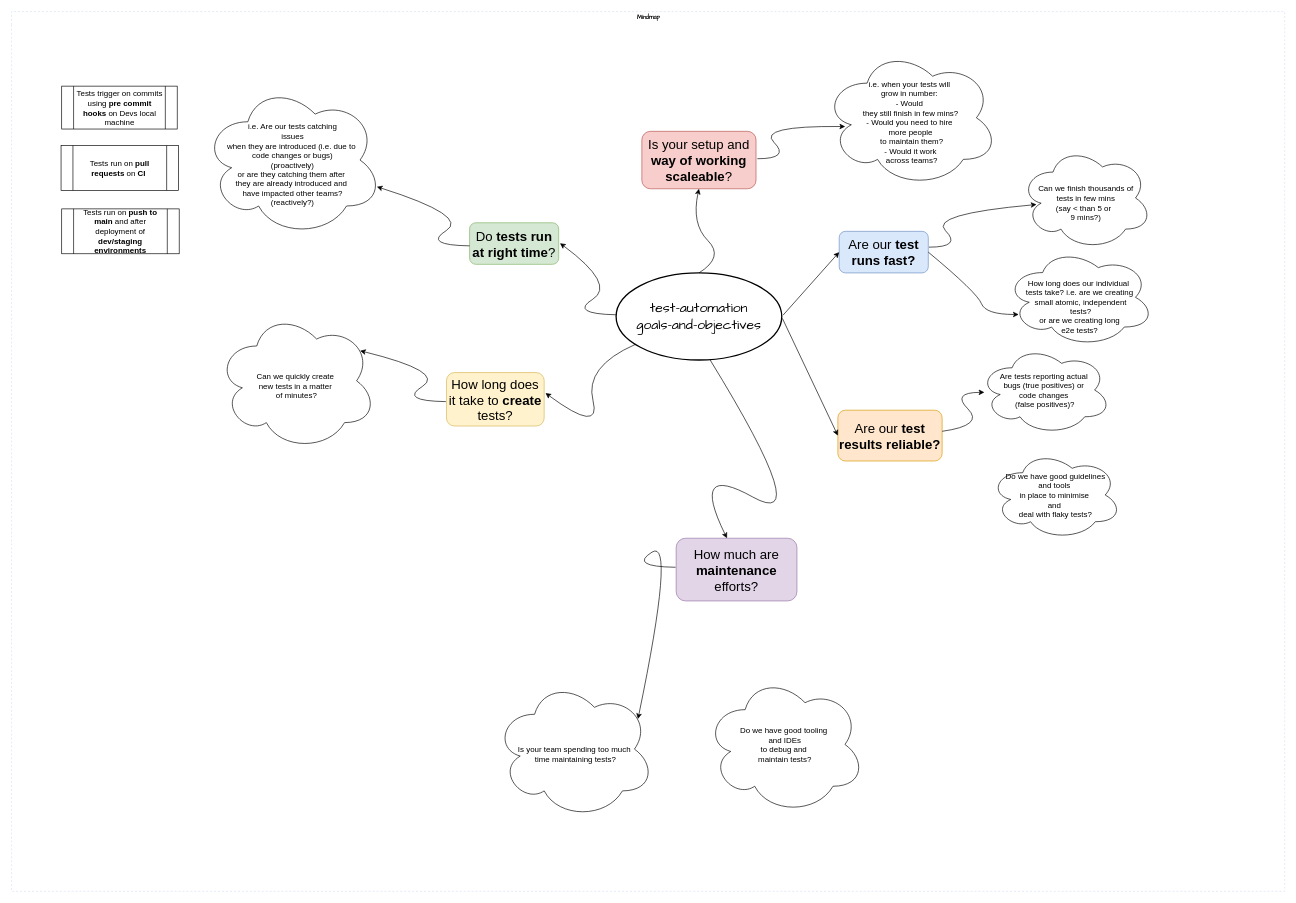
Above: goals/test-automation-goals-and-objectives.drawio in PramodKumarYadav/test-art (draw.io), before the change. Source tidied: cells renumbered, new cells numbered last; positions are measured from the earlier drawing's top-left corner, leaving out a move shared by most shapes. Both pictures are drawn from the tidied source at 66%, with x=0, y=0 at pixel (11, 11).
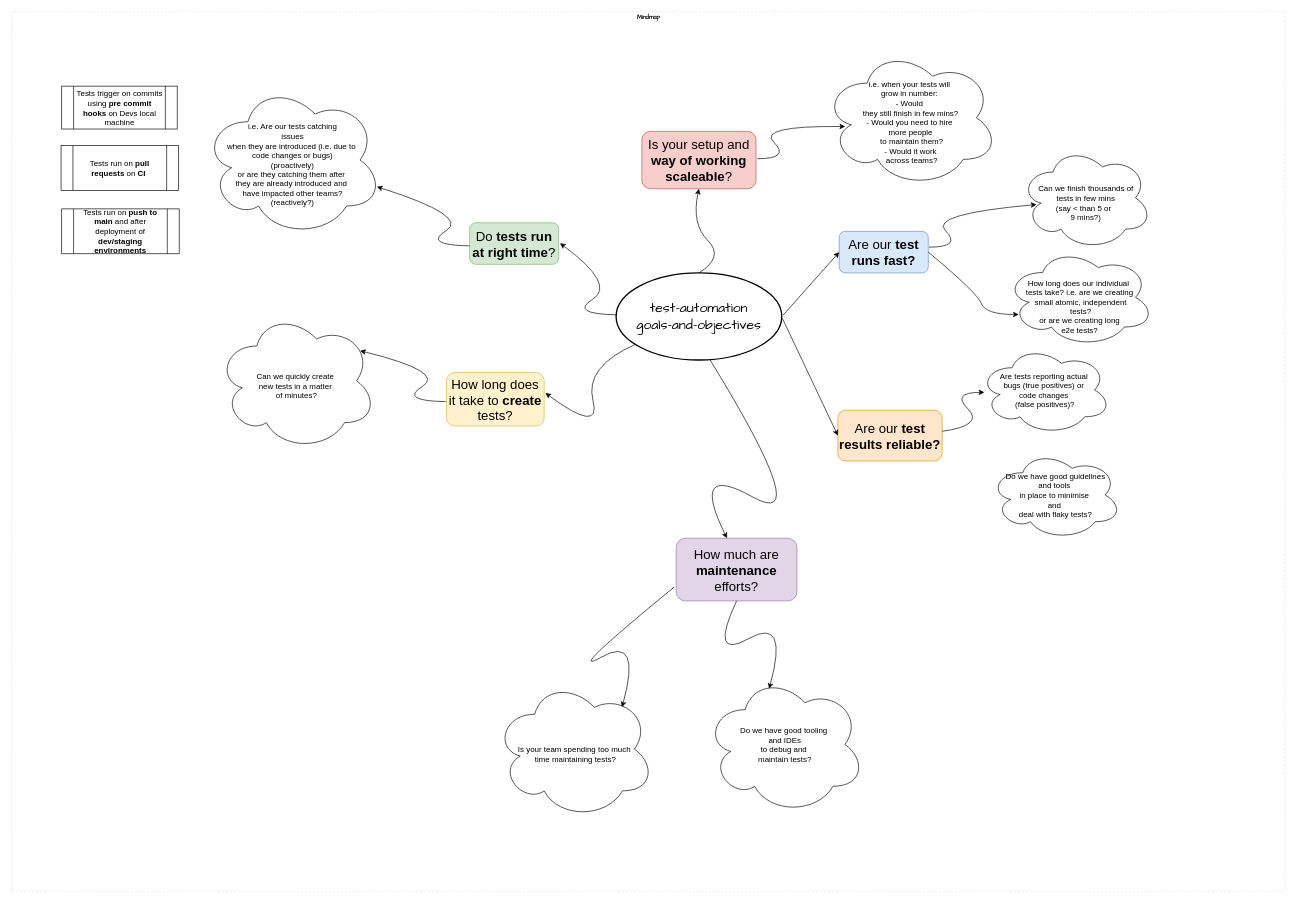
Above is the later version.

The change refers to these unchanged cells:
```xml
<mxCell id="2" value="Mindmap" style="swimlane;html=1;startSize=20;horizontal=1;containerType=tree;labelBackgroundColor=none;strokeColor=#D4E1F5;strokeWidth=1;fillColor=none;fontFamily=Comic Sans MS;fontSize=9;swimlaneLine=0;dashed=1;" parent="1" vertex="1">
  <mxGeometry width="1929" height="1333" as="geometry" />
</mxCell>
<mxCell id="25" value="&lt;font style=&quot;font-size: 20px;&quot;&gt;How much are &lt;b&gt;maintenance&lt;/b&gt; efforts?&lt;/font&gt;" style="rounded=1;whiteSpace=wrap;html=1;fillColor=#e1d5e7;strokeColor=#9673a6;" parent="2" vertex="1">
  <mxGeometry x="1007" y="798" width="183" height="95" as="geometry" />
</mxCell>
<mxCell id="27" value="&lt;div&gt;&lt;br&gt;&lt;/div&gt;&lt;div&gt;Is your team spending too much&lt;/div&gt;&lt;div&gt;&amp;nbsp;time maintaining tests?&lt;/div&gt;" style="ellipse;shape=cloud;whiteSpace=wrap;html=1;" parent="2" vertex="1">
  <mxGeometry x="732" y="1012" width="242" height="211" as="geometry" />
</mxCell>
<mxCell id="33" value="&lt;div&gt;Do we have good tooling&amp;nbsp;&lt;/div&gt;&lt;div&gt;and IDEs&lt;/div&gt;&lt;div&gt;to debug and&amp;nbsp;&lt;/div&gt;&lt;div&gt;maintain tests?&lt;/div&gt;" style="ellipse;shape=cloud;whiteSpace=wrap;html=1;" parent="2" vertex="1">
  <mxGeometry x="1051" y="1005" width="242" height="211" as="geometry" />
</mxCell>
```

The edit, as a diff of the source:
```diff
@@
-    <mxCell id="28" style="curved=1;endArrow=classic;html=1;rounded=0;entryX=0.897;entryY=0.284;entryDx=0;entryDy=0;entryPerimeter=0;" parent="2" edge="1" target="27">
-      <mxGeometry relative="1" as="geometry">
-        <mxPoint x="1006" y="842" as="sourcePoint" />
-        <Array as="points">
-          <mxPoint x="935" y="841" />
-          <mxPoint x="1006" y="797" />
-        </Array>
-      </mxGeometry>
-    </mxCell>
@@
+    <mxCell id="35" style="curved=1;endArrow=classic;html=1;rounded=0;entryX=0.4;entryY=0.1;entryDx=0;entryDy=0;entryPerimeter=0;exitX=0.5;exitY=1;exitDx=0;exitDy=0;" parent="2" edge="1" source="25" target="33">
+      <mxGeometry relative="1" as="geometry">
+        <Array as="points">
+          <mxPoint x="1056" y="984" />
+          <mxPoint x="1178" y="916" />
+        </Array>
+      </mxGeometry>
+    </mxCell>
+    <mxCell id="36" style="curved=1;endArrow=classic;html=1;rounded=0;entryX=0.4;entryY=0.1;entryDx=0;entryDy=0;entryPerimeter=0;" parent="2" edge="1">
+      <mxGeometry relative="1" as="geometry">
+        <mxPoint x="1004" y="872" as="sourcePoint" />
+        <mxPoint x="925" y="1054" as="targetPoint" />
+        <Array as="points">
+          <mxPoint x="833" y="1012" />
+          <mxPoint x="955" y="944" />
+        </Array>
+      </mxGeometry>
+    </mxCell>
```
